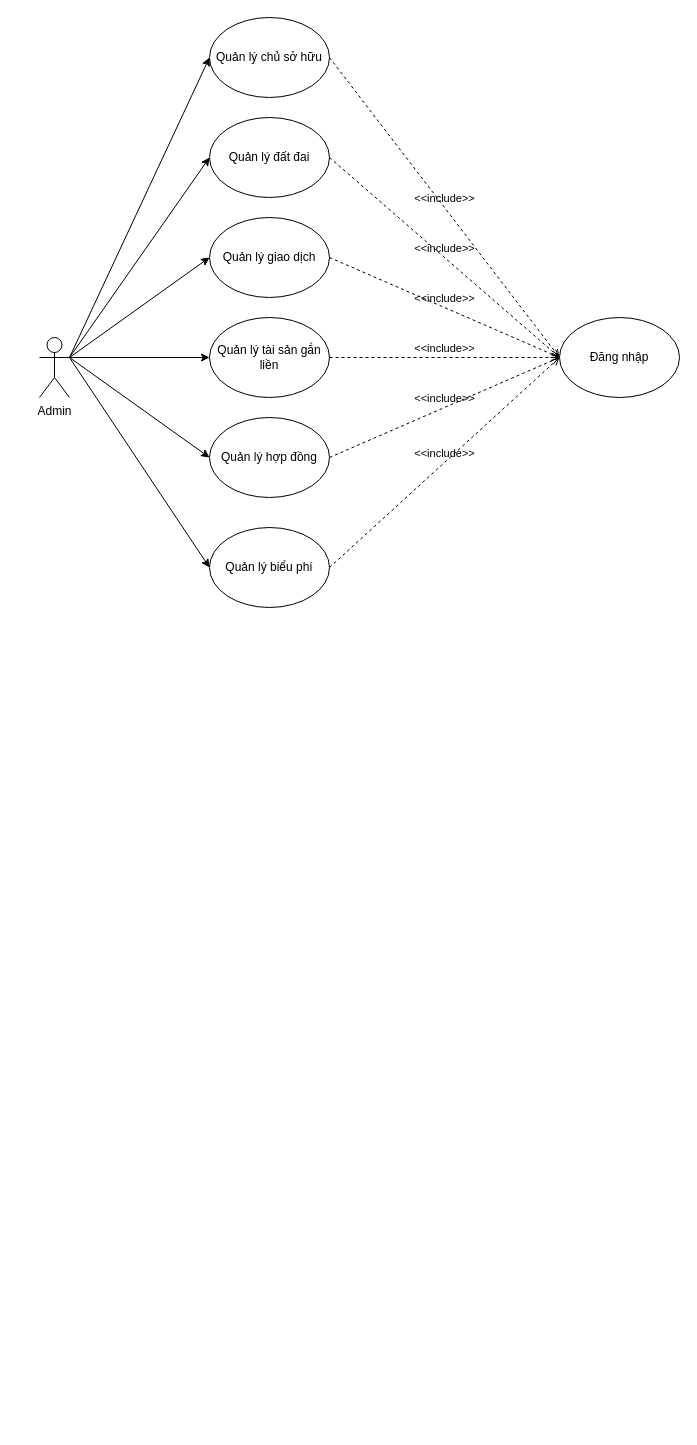
This is Biểu đồ ca sử dụng (đất đai).drawio from RageOfFire/draw.io-project, a draw.io file, before an edit. Source tidied: cells renumbered, new cells numbered last; positions are measured from the earlier drawing's top-left corner, leaving out a move shared by most shapes. Both pictures are drawn from the tidied source at 100%, with x=0, y=0 at pixel (39, 17).
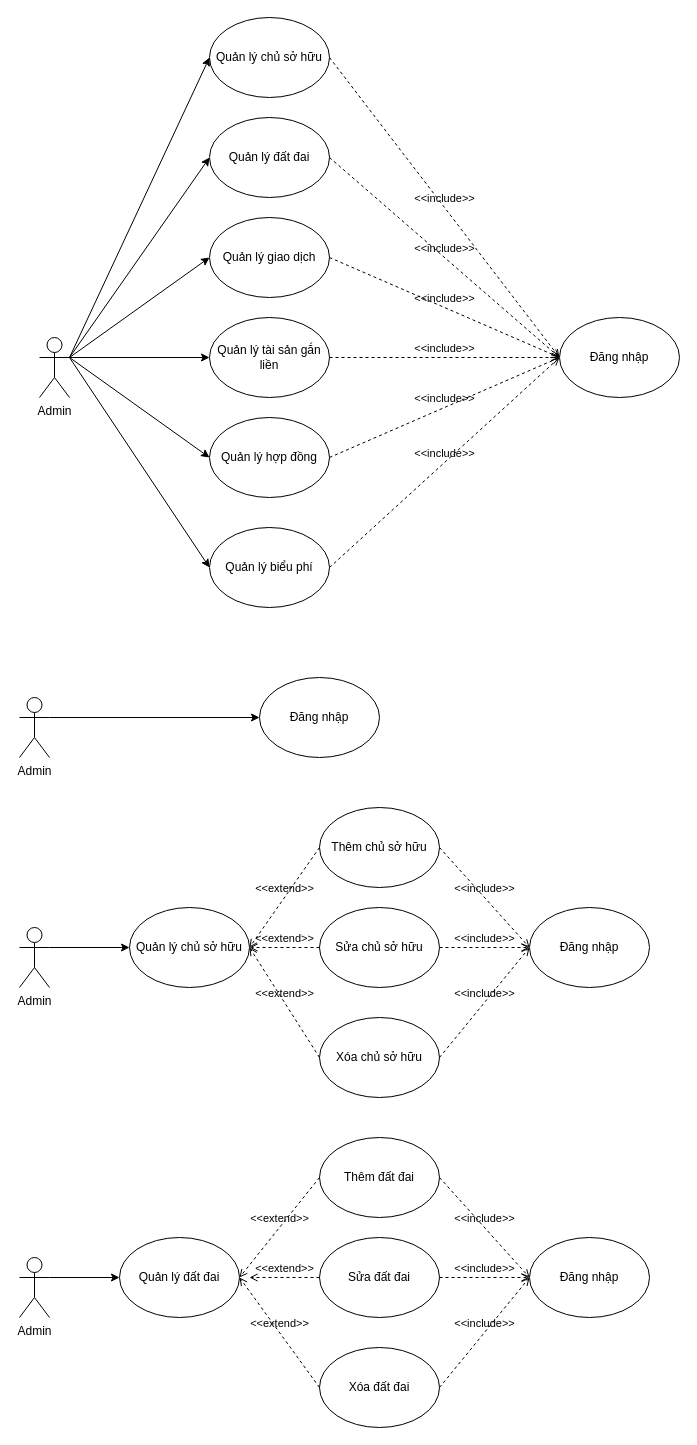
The same diagram, later.

Commit message (it also covers changes not shown here):
Cập nhật Biểu đồ ca sử dụng (đất đai).drawio

The edit, as a diff of the source:
```diff
@@
+    <mxCell id="22" value="Admin&lt;br&gt;" style="shape=umlActor;verticalLabelPosition=bottom;verticalAlign=top;html=1;outlineConnect=0;" parent="1" vertex="1">
+      <mxGeometry x="-20" y="680" width="30" height="60" as="geometry" />
+    </mxCell>
+    <mxCell id="23" value="Đăng nhập" style="ellipse;whiteSpace=wrap;html=1;" parent="1" vertex="1">
+      <mxGeometry x="220" y="660" width="120" height="80" as="geometry" />
+    </mxCell>
+    <mxCell id="24" style="edgeStyle=orthogonalEdgeStyle;rounded=0;jettySize=auto;html=1;exitX=1;exitY=0.3333333333333333;exitDx=0;exitDy=0;exitPerimeter=0;entryX=0;entryY=0.5;entryDx=0;entryDy=0;" parent="1" edge="1" source="22" target="23">
+      <mxGeometry relative="1" as="geometry" />
+    </mxCell>
+    <mxCell id="25" value="Admin&lt;br&gt;" style="shape=umlActor;verticalLabelPosition=bottom;verticalAlign=top;html=1;outlineConnect=0;" parent="1" vertex="1">
+      <mxGeometry x="-20" y="910" width="30" height="60" as="geometry" />
+    </mxCell>
+    <mxCell id="26" value="Quản lý chủ sở hữu" style="ellipse;whiteSpace=wrap;html=1;" parent="1" vertex="1">
+      <mxGeometry x="90" y="890" width="120" height="80" as="geometry" />
+    </mxCell>
+    <mxCell id="27" value="Thêm chủ sở hữu" style="ellipse;whiteSpace=wrap;html=1;" parent="1" vertex="1">
+      <mxGeometry x="280" y="790" width="120" height="80" as="geometry" />
+    </mxCell>
+    <mxCell id="28" value="Sửa chủ sở hữu" style="ellipse;whiteSpace=wrap;html=1;" parent="1" vertex="1">
+      <mxGeometry x="280" y="890" width="120" height="80" as="geometry" />
+    </mxCell>
+    <mxCell id="29" value="Xóa chủ sở hữu" style="ellipse;whiteSpace=wrap;html=1;" parent="1" vertex="1">
+      <mxGeometry x="280" y="1000" width="120" height="80" as="geometry" />
+    </mxCell>
+    <mxCell id="30" value="Đăng nhập" style="ellipse;whiteSpace=wrap;html=1;" parent="1" vertex="1">
+      <mxGeometry x="490" y="890" width="120" height="80" as="geometry" />
+    </mxCell>
+    <mxCell id="31" value="&amp;lt;&amp;lt;include&amp;gt;&amp;gt;" style="html=1;verticalAlign=bottom;labelBackgroundColor=none;endArrow=open;endFill=0;dashed=1;rounded=0;exitX=1;exitY=0.5;exitDx=0;exitDy=0;entryX=0;entryY=0.5;entryDx=0;entryDy=0;" parent="1" edge="1" source="27" target="30">
+      <mxGeometry relative="1" as="geometry" />
+    </mxCell>
+    <mxCell id="32" value="&amp;lt;&amp;lt;include&amp;gt;&amp;gt;" style="html=1;verticalAlign=bottom;labelBackgroundColor=none;endArrow=open;endFill=0;dashed=1;rounded=0;exitX=1;exitY=0.5;exitDx=0;exitDy=0;" parent="1" edge="1" source="28">
+      <mxGeometry relative="1" as="geometry">
+        <mxPoint x="490" y="930" as="targetPoint" />
+      </mxGeometry>
+    </mxCell>
+    <mxCell id="33" value="&amp;lt;&amp;lt;include&amp;gt;&amp;gt;" style="html=1;verticalAlign=bottom;labelBackgroundColor=none;endArrow=open;endFill=0;dashed=1;rounded=0;exitX=1;exitY=0.5;exitDx=0;exitDy=0;" parent="1" edge="1" source="29">
+      <mxGeometry relative="1" as="geometry">
+        <mxPoint x="490" y="930" as="targetPoint" />
+      </mxGeometry>
+    </mxCell>
+    <mxCell id="34" value="&amp;lt;&amp;lt;extend&amp;gt;&amp;gt;" style="html=1;verticalAlign=bottom;labelBackgroundColor=none;endArrow=open;endFill=0;dashed=1;rounded=0;entryX=1;entryY=0.5;entryDx=0;entryDy=0;exitX=0;exitY=0.5;exitDx=0;exitDy=0;" parent="1" edge="1" source="27" target="26">
+      <mxGeometry relative="1" as="geometry" />
+    </mxCell>
+    <mxCell id="35" value="&amp;lt;&amp;lt;extend&amp;gt;&amp;gt;" style="html=1;verticalAlign=bottom;labelBackgroundColor=none;endArrow=open;endFill=0;dashed=1;rounded=0;exitX=0;exitY=0.5;exitDx=0;exitDy=0;" parent="1" edge="1" source="28">
+      <mxGeometry relative="1" as="geometry">
+        <mxPoint x="210" y="930" as="targetPoint" />
+      </mxGeometry>
+    </mxCell>
+    <mxCell id="36" value="&amp;lt;&amp;lt;extend&amp;gt;&amp;gt;" style="html=1;verticalAlign=bottom;labelBackgroundColor=none;endArrow=open;endFill=0;dashed=1;rounded=0;entryX=1;entryY=0.5;entryDx=0;entryDy=0;exitX=0;exitY=0.5;exitDx=0;exitDy=0;" parent="1" edge="1" source="29" target="26">
+      <mxGeometry relative="1" as="geometry" />
+    </mxCell>
+    <mxCell id="37" style="endArrow=classic;html=1;rounded=0;exitX=1;exitY=0.3333333333333333;exitDx=0;exitDy=0;exitPerimeter=0;entryX=0;entryY=0.5;entryDx=0;entryDy=0;" parent="1" edge="1" source="25" target="26">
+      <mxGeometry relative="1" as="geometry" />
+    </mxCell>
+    <mxCell id="38" value="Admin&lt;br&gt;" style="shape=umlActor;verticalLabelPosition=bottom;verticalAlign=top;html=1;outlineConnect=0;" parent="1" vertex="1">
+      <mxGeometry x="-20" y="1240" width="30" height="60" as="geometry" />
+    </mxCell>
+    <mxCell id="39" value="Quản lý đất đai" style="ellipse;whiteSpace=wrap;html=1;" parent="1" vertex="1">
+      <mxGeometry x="80" y="1220" width="120" height="80" as="geometry" />
+    </mxCell>
+    <mxCell id="40" value="Thêm đất đai" style="ellipse;whiteSpace=wrap;html=1;" parent="1" vertex="1">
+      <mxGeometry x="280" y="1120" width="120" height="80" as="geometry" />
+    </mxCell>
+    <mxCell id="41" value="Sửa đất đai" style="ellipse;whiteSpace=wrap;html=1;" parent="1" vertex="1">
+      <mxGeometry x="280" y="1220" width="120" height="80" as="geometry" />
+    </mxCell>
+    <mxCell id="42" value="Xóa đất đai" style="ellipse;whiteSpace=wrap;html=1;" parent="1" vertex="1">
+      <mxGeometry x="280" y="1330" width="120" height="80" as="geometry" />
+    </mxCell>
+    <mxCell id="43" value="Đăng nhập" style="ellipse;whiteSpace=wrap;html=1;" parent="1" vertex="1">
+      <mxGeometry x="490" y="1220" width="120" height="80" as="geometry" />
+    </mxCell>
+    <mxCell id="44" value="&amp;lt;&amp;lt;include&amp;gt;&amp;gt;" style="html=1;verticalAlign=bottom;labelBackgroundColor=none;endArrow=open;endFill=0;dashed=1;rounded=0;exitX=1;exitY=0.5;exitDx=0;exitDy=0;entryX=0;entryY=0.5;entryDx=0;entryDy=0;" parent="1" edge="1" source="40" target="43">
+      <mxGeometry relative="1" as="geometry" />
+    </mxCell>
+    <mxCell id="45" value="&amp;lt;&amp;lt;include&amp;gt;&amp;gt;" style="html=1;verticalAlign=bottom;labelBackgroundColor=none;endArrow=open;endFill=0;dashed=1;rounded=0;exitX=1;exitY=0.5;exitDx=0;exitDy=0;" parent="1" edge="1" source="41">
+      <mxGeometry relative="1" as="geometry">
+        <mxPoint x="490" y="1260" as="targetPoint" />
+      </mxGeometry>
+    </mxCell>
+    <mxCell id="46" value="&amp;lt;&amp;lt;include&amp;gt;&amp;gt;" style="html=1;verticalAlign=bottom;labelBackgroundColor=none;endArrow=open;endFill=0;dashed=1;rounded=0;exitX=1;exitY=0.5;exitDx=0;exitDy=0;" parent="1" edge="1" source="42">
+      <mxGeometry relative="1" as="geometry">
+        <mxPoint x="490" y="1260" as="targetPoint" />
+      </mxGeometry>
+    </mxCell>
+    <mxCell id="47" value="&amp;lt;&amp;lt;extend&amp;gt;&amp;gt;" style="html=1;verticalAlign=bottom;labelBackgroundColor=none;endArrow=open;endFill=0;dashed=1;rounded=0;entryX=1;entryY=0.5;entryDx=0;entryDy=0;exitX=0;exitY=0.5;exitDx=0;exitDy=0;" parent="1" edge="1" source="40" target="39">
+      <mxGeometry relative="1" as="geometry" />
+    </mxCell>
+    <mxCell id="48" value="&amp;lt;&amp;lt;extend&amp;gt;&amp;gt;" style="html=1;verticalAlign=bottom;labelBackgroundColor=none;endArrow=open;endFill=0;dashed=1;rounded=0;exitX=0;exitY=0.5;exitDx=0;exitDy=0;" parent="1" edge="1" source="41">
+      <mxGeometry relative="1" as="geometry">
+        <mxPoint x="210" y="1260" as="targetPoint" />
+      </mxGeometry>
+    </mxCell>
+    <mxCell id="49" value="&amp;lt;&amp;lt;extend&amp;gt;&amp;gt;" style="html=1;verticalAlign=bottom;labelBackgroundColor=none;endArrow=open;endFill=0;dashed=1;rounded=0;entryX=1;entryY=0.5;entryDx=0;entryDy=0;exitX=0;exitY=0.5;exitDx=0;exitDy=0;" parent="1" edge="1" source="42" target="39">
+      <mxGeometry relative="1" as="geometry" />
+    </mxCell>
+    <mxCell id="50" style="endArrow=classic;html=1;rounded=0;exitX=1;exitY=0.3333333333333333;exitDx=0;exitDy=0;exitPerimeter=0;entryX=0;entryY=0.5;entryDx=0;entryDy=0;" parent="1" edge="1" source="38" target="39">
+      <mxGeometry relative="1" as="geometry" />
+    </mxCell>
```
